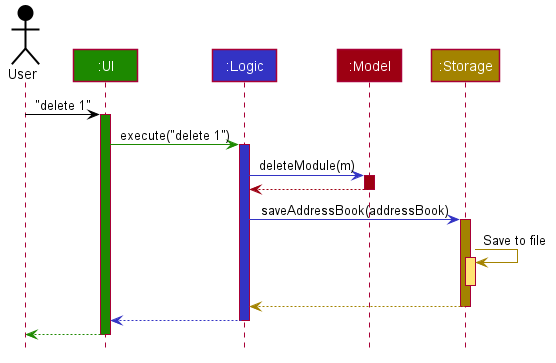
Above: docs/images/ArchitectureSequenceDiagram.png in nus-cs2103-AY1920S1/addressbook-level3 (PlantUML), before the change.
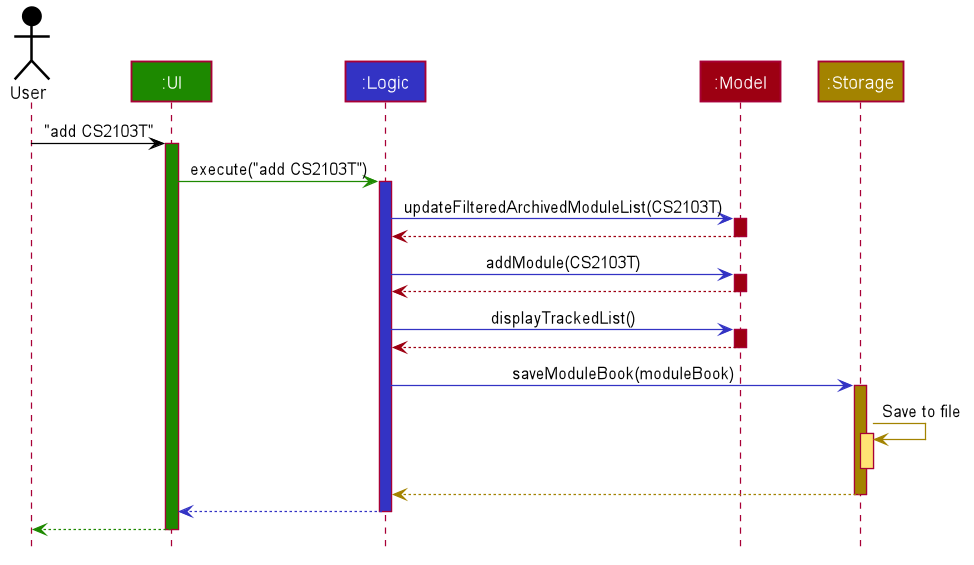
The same diagram one commit later.

Change to the diagram source:
```diff
@@ -54,19 +54,31 @@
 Participant ":Model" as model #9D0012
 Participant ":Storage" as storage #A38300
 
-user -[#000000]> ui : "delete 1"
+user -[#000000]> ui : "add CS2103T"
 activate ui #1D8900
 
-ui -[#1D8900]> logic : execute("delete 1")
+ui -[#1D8900]> logic : execute("add CS2103T")
 activate logic #3333C4
 
-logic -[#3333C4]> model : deleteModule(m)
+logic -[#3333C4]> model : updateFilteredArchivedModuleList(CS2103T)
+activate model #9D0012
+
+model --[#9D0012]> logic
+deactivate model
+
+logic -[#3333C4]> model : addModule(CS2103T)
+activate model #9D0012
+
+model --[#9D0012]> logic
+deactivate model
+
+logic -[#3333C4]> model : displayTrackedList()
 activate model #9D0012
 
 model -[#9D0012]-> logic
 deactivate model
 
-logic -[#3333C4]> storage : saveAddressBook(addressBook)
+logic -[#3333C4]> storage : saveModuleBook(moduleBook)
 activate storage #A38300
 
 storage -[#A38300]> storage : Save to file
```
